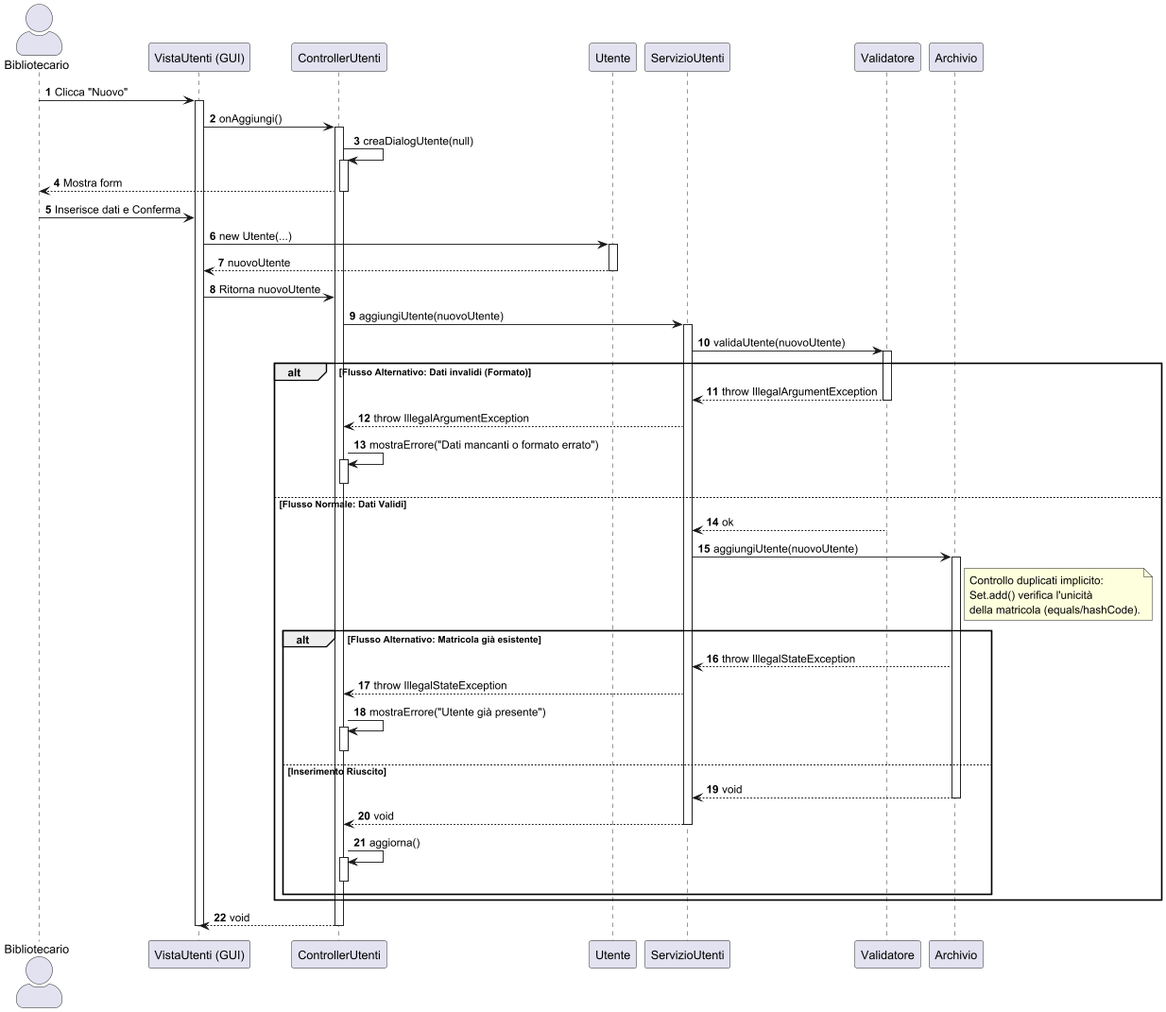
Earlier version of the PlantUML export docs/Design/Diagrammi di sequenza/UC8.png (digregoriomario/bibliosoft). Source of this version:
```plantuml
@startuml
scale 1.5
skinparam actorStyle awesome
autonumber

actor "Bibliotecario" as User
participant "VistaUtenti (GUI)" as GUI
participant "ControllerUtenti" as CU
participant "Utente" as Model
participant "ServizioUtenti" as SU
participant "Validatore" as VAL
participant "Archivio" as ARC

User -> GUI : Clicca "Nuovo"
activate GUI
GUI -> CU : onAggiungi()
activate CU

    CU -> CU : creaDialogUtente(null)
    activate CU
    CU --> User : Mostra form
    deactivate CU

    User -> GUI : Inserisce dati e Conferma

    GUI -> Model : new Utente(...)
    activate Model
    Model --> GUI : nuovoUtente
    deactivate Model

    GUI -> CU : Ritorna nuovoUtente

    CU -> SU : aggiungiUtente(nuovoUtente)
    activate SU

        SU -> VAL : validaUtente(nuovoUtente)
        activate VAL

        alt Flusso Alternativo: Dati invalidi (Formato)
            VAL --> SU : throw IllegalArgumentException
            deactivate VAL

            SU --> CU : throw IllegalArgumentException

            CU -> CU : mostraErrore("Dati mancanti o formato errato")
            activate CU
            deactivate CU

        else Flusso Normale: Dati Validi
            VAL --> SU : ok
            deactivate VAL

            SU -> ARC : aggiungiUtente(nuovoUtente)
            activate ARC

            note right of ARC
                Controllo duplicati implicito:
                Set.add() verifica l'unicità
                della matricola (equals/hashCode).
            end note

            alt Flusso Alternativo: Matricola già esistente
                ARC --> SU : throw IllegalStateException
                SU --> CU : throw IllegalStateException

                CU -> CU : mostraErrore("Utente già presente")
                activate CU
                deactivate CU

            else Inserimento Riuscito
                ARC --> SU : void
                deactivate ARC

                SU --> CU : void
                deactivate SU

                CU -> CU : aggiorna()
                activate CU
                deactivate CU
            end
        end

CU --> GUI : void
deactivate CU
deactivate GUI
@enduml
```
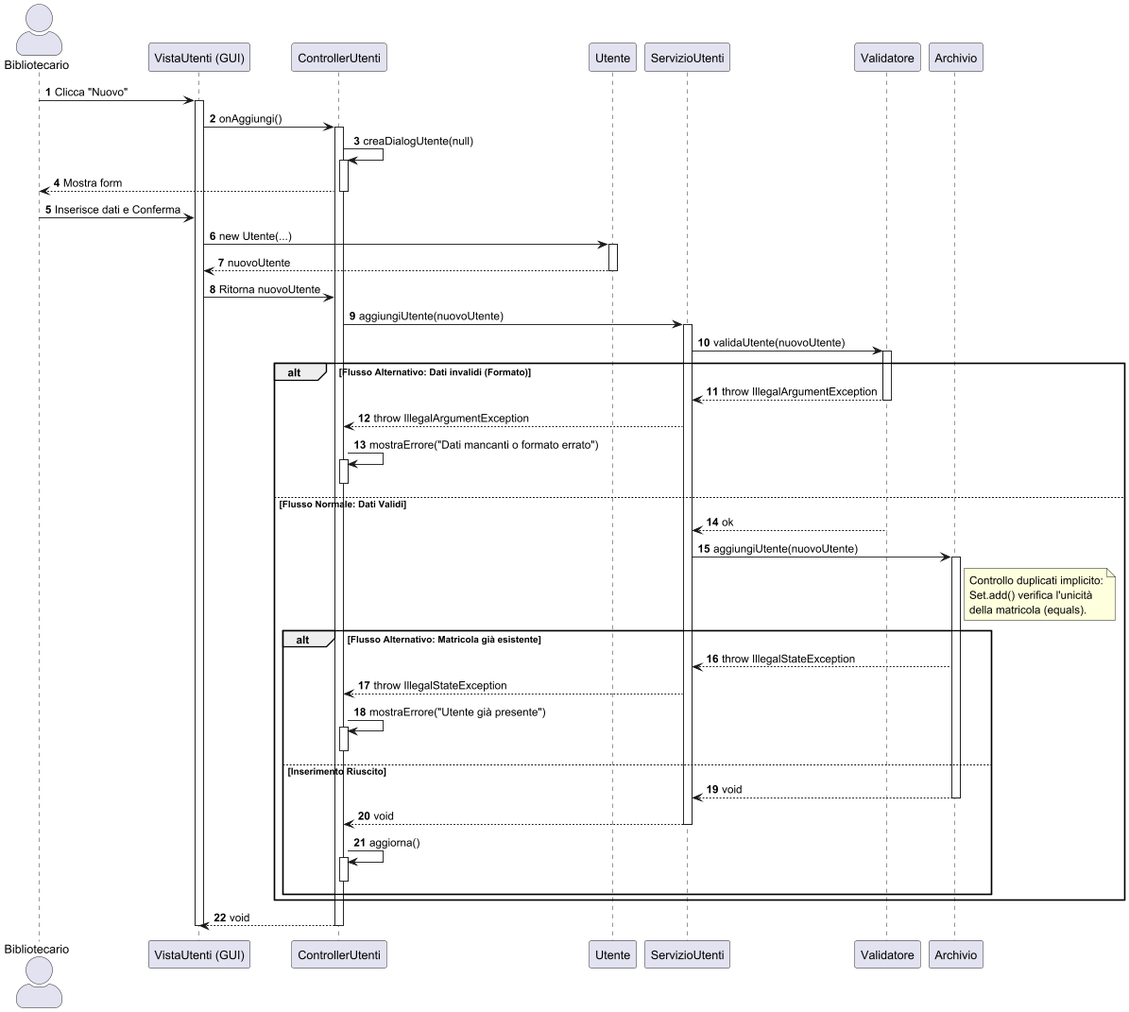
Above is the later version.

Diff of the diagram source:
```diff
@@ -56,7 +56,7 @@
             note right of ARC
                 Controllo duplicati implicito:
                 Set.add() verifica l'unicità
-                della matricola (equals/hashCode).
+                della matricola (equals).
             end note
 
             alt Flusso Alternativo: Matricola già esistente
```
